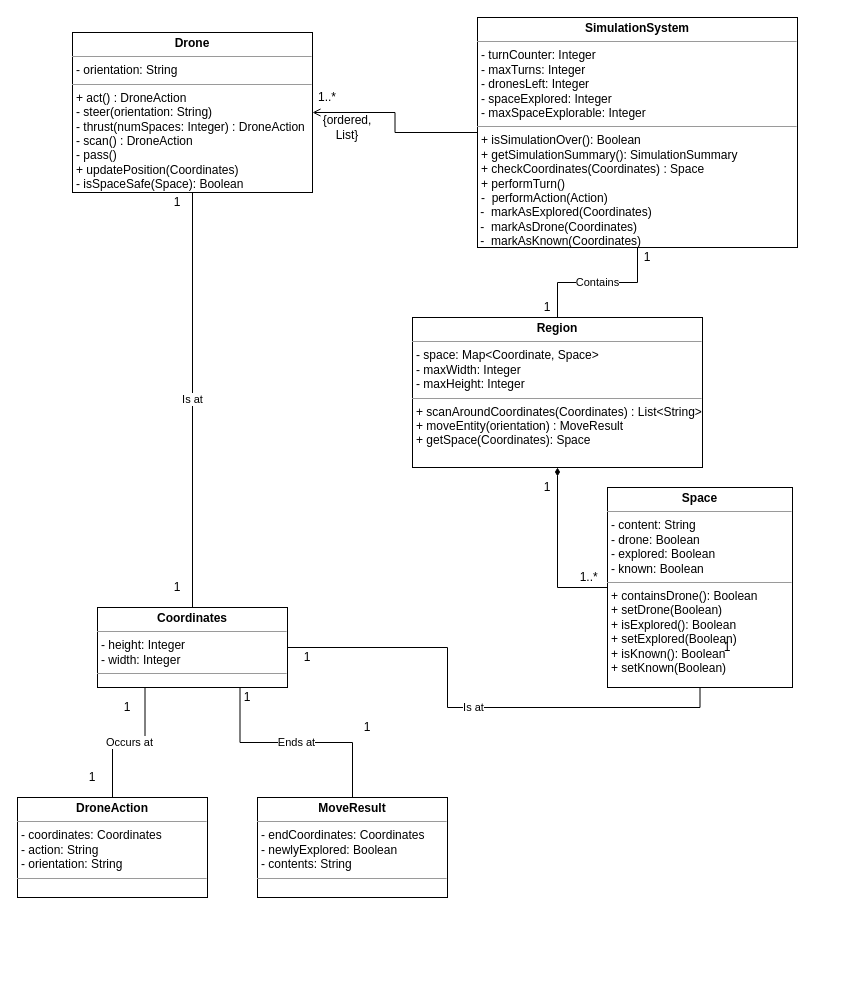
The draw.io diagram Diagrams/UMLDrones.drawio in SuperChalmers/StarSearch, before the edit. Source tidied: cells renumbered, new cells numbered last; positions are measured from the earlier drawing's top-left corner, leaving out a move shared by most shapes. Both pictures are drawn from the tidied source at 100%, with x=0, y=0 at pixel (17, 17).
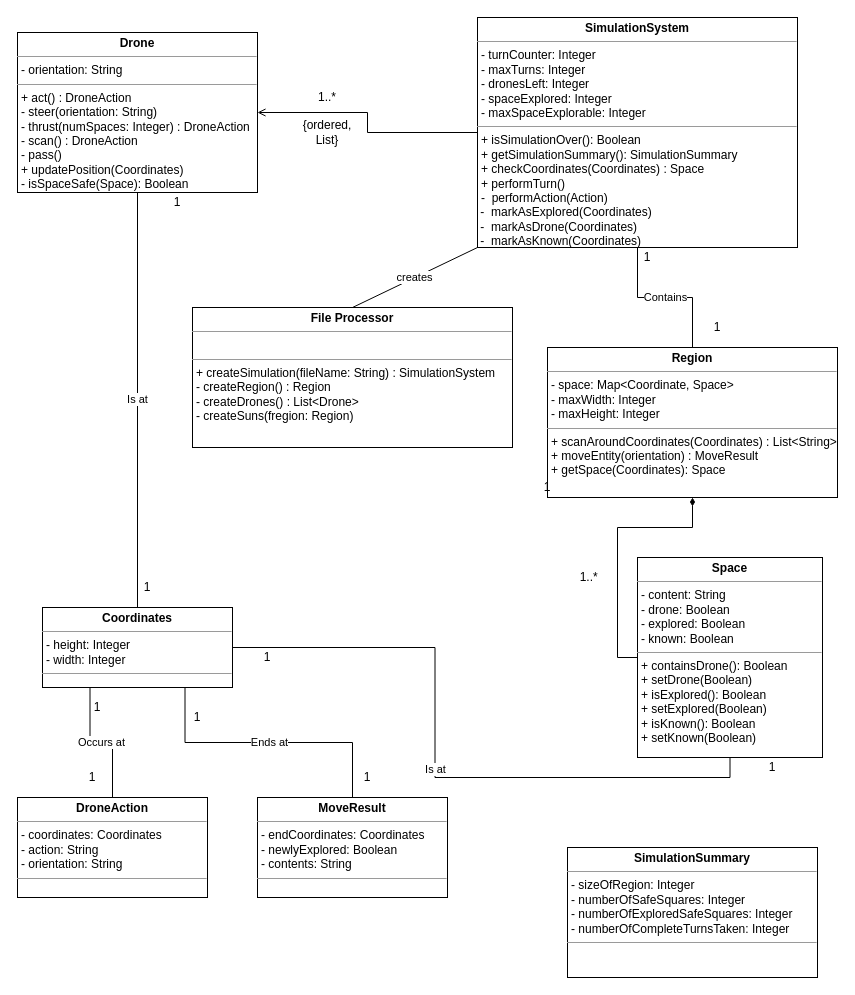
The same page after the edit.

Unchanged cells that the change refers to:
```xml
<mxCell id="3" value="&lt;p style=&quot;margin: 0px ; margin-top: 4px ; text-align: center&quot;&gt;&lt;b&gt;SimulationSystem&lt;/b&gt;&lt;/p&gt;&lt;hr size=&quot;1&quot;&gt;&lt;p style=&quot;margin: 0px ; margin-left: 4px&quot;&gt;- turnCounter: Integer&lt;/p&gt;&lt;p style=&quot;margin: 0px ; margin-left: 4px&quot;&gt;- maxTurns: Integer&lt;br&gt;&lt;/p&gt;&lt;p style=&quot;margin: 0px ; margin-left: 4px&quot;&gt;- dronesLeft: Integer&lt;/p&gt;&lt;p style=&quot;margin: 0px ; margin-left: 4px&quot;&gt;- spaceExplored: Integer&lt;/p&gt;&lt;p style=&quot;margin: 0px ; margin-left: 4px&quot;&gt;- maxSpaceExplorable: Integer&lt;/p&gt;&lt;hr size=&quot;1&quot;&gt;&lt;p style=&quot;margin: 0px ; margin-left: 4px&quot;&gt;+ isSimulationOver(): Boolean&lt;/p&gt;&lt;p style=&quot;margin: 0px ; margin-left: 4px&quot;&gt;+ getSimulationSummary(): SimulationSummary&lt;/p&gt;&lt;p style=&quot;margin: 0px ; margin-left: 4px&quot;&gt;+ checkCoordinates(Coordinates) : Space&lt;/p&gt;&lt;p style=&quot;margin: 0px ; margin-left: 4px&quot;&gt;+ performTurn()&lt;/p&gt;&lt;p style=&quot;margin: 0px ; margin-left: 4px&quot;&gt;&lt;span&gt;-&amp;nbsp; performAction(Action)&lt;/span&gt;&lt;span&gt;&amp;nbsp;&lt;/span&gt;&lt;/p&gt;&amp;nbsp;-&amp;nbsp; markAsExplored(Coordinates)&lt;br&gt;&amp;nbsp;-&amp;nbsp; markAsDrone(Coordinates)&lt;br&gt;&amp;nbsp;-&amp;nbsp; markAsKnown(Coordinates)&lt;br&gt;&lt;p style=&quot;margin: 0px ; margin-left: 4px&quot;&gt;&lt;span&gt;&lt;br&gt;&lt;/span&gt;&lt;/p&gt;&lt;p style=&quot;margin: 0px 0px 0px 4px&quot;&gt;&lt;br&gt;&lt;/p&gt;" style="verticalAlign=top;align=left;overflow=fill;fontSize=12;fontFamily=Helvetica;html=1;rounded=0;shadow=0;comic=0;labelBackgroundColor=none;strokeWidth=1;" parent="1" vertex="1">
  <mxGeometry x="460" width="320" height="230" as="geometry" />
</mxCell>
```

Change to the diagram source:
```diff
@@
     <mxCell id="5" value="&lt;p style=&quot;margin: 0px ; margin-top: 4px ; text-align: center&quot;&gt;&lt;b&gt;Drone&lt;/b&gt;&lt;/p&gt;&lt;hr size=&quot;1&quot;&gt;&lt;p style=&quot;margin: 0px ; margin-left: 4px&quot;&gt;- orientation: String&lt;/p&gt;&lt;hr size=&quot;1&quot;&gt;&lt;p style=&quot;margin: 0px ; margin-left: 4px&quot;&gt;+ act() : DroneAction&lt;/p&gt;&lt;p style=&quot;margin: 0px ; margin-left: 4px&quot;&gt;- steer(orientation: String)&lt;/p&gt;&lt;p style=&quot;margin: 0px ; margin-left: 4px&quot;&gt;- thrust(numSpaces: Integer) : DroneAction&lt;/p&gt;&lt;p style=&quot;margin: 0px ; margin-left: 4px&quot;&gt;- scan() : DroneAction&lt;/p&gt;&lt;p style=&quot;margin: 0px ; margin-left: 4px&quot;&gt;- pass()&lt;/p&gt;&lt;p style=&quot;margin: 0px ; margin-left: 4px&quot;&gt;+ updatePosition(Coordinates)&lt;/p&gt;&lt;p style=&quot;margin: 0px ; margin-left: 4px&quot;&gt;- isSpaceSafe(Space): Boolean&lt;/p&gt;" style="verticalAlign=top;align=left;overflow=fill;fontSize=12;fontFamily=Helvetica;html=1;rounded=0;shadow=0;comic=0;labelBackgroundColor=none;strokeWidth=1;" parent="1" vertex="1">
-      <mxGeometry x="55" y="15" width="240" height="160" as="geometry" />
+      <mxGeometry y="15" width="240" height="160" as="geometry" />
     </mxCell>
     <mxCell id="6" value="&lt;p style=&quot;margin: 0px ; margin-top: 4px ; text-align: center&quot;&gt;&lt;b&gt;Region&lt;/b&gt;&lt;/p&gt;&lt;hr size=&quot;1&quot;&gt;&lt;p style=&quot;margin: 0px ; margin-left: 4px&quot;&gt;- space: Map&amp;lt;Coordinate, Space&amp;gt;&lt;/p&gt;&lt;p style=&quot;margin: 0px ; margin-left: 4px&quot;&gt;- maxWidth: Integer&lt;/p&gt;&lt;p style=&quot;margin: 0px ; margin-left: 4px&quot;&gt;- maxHeight: Integer&lt;/p&gt;&lt;hr size=&quot;1&quot;&gt;&lt;p style=&quot;margin: 0px ; margin-left: 4px&quot;&gt;+ scanAroundCoordinates(Coordinates) : List&amp;lt;String&amp;gt;&lt;/p&gt;&lt;p style=&quot;margin: 0px ; margin-left: 4px&quot;&gt;+ moveEntity(orientation) : MoveResult&lt;/p&gt;&lt;p style=&quot;margin: 0px ; margin-left: 4px&quot;&gt;+ getSpace(Coordinates): Space&lt;/p&gt;" style="verticalAlign=top;align=left;overflow=fill;fontSize=12;fontFamily=Helvetica;html=1;rounded=0;shadow=0;comic=0;labelBackgroundColor=none;strokeWidth=1;" parent="1" vertex="1">
-      <mxGeometry x="395" y="300" width="290" height="150" as="geometry" />
+      <mxGeometry x="530" y="330" width="290" height="150" as="geometry" />
     </mxCell>
@@
     <mxCell id="8" value="&lt;p style=&quot;margin: 0px ; margin-top: 4px ; text-align: center&quot;&gt;&lt;b&gt;Space&lt;/b&gt;&lt;/p&gt;&lt;hr size=&quot;1&quot;&gt;&lt;p style=&quot;margin: 0px ; margin-left: 4px&quot;&gt;- content: String&lt;/p&gt;&lt;p style=&quot;margin: 0px ; margin-left: 4px&quot;&gt;- drone: Boolean&lt;/p&gt;&lt;p style=&quot;margin: 0px ; margin-left: 4px&quot;&gt;- explored: Boolean&lt;/p&gt;&lt;p style=&quot;margin: 0px ; margin-left: 4px&quot;&gt;- known: Boolean&lt;/p&gt;&lt;hr size=&quot;1&quot;&gt;&lt;p style=&quot;margin: 0px ; margin-left: 4px&quot;&gt;&lt;span&gt;+ containsDrone(): Boolean&lt;/span&gt;&lt;br&gt;&lt;/p&gt;&lt;p style=&quot;margin: 0px ; margin-left: 4px&quot;&gt;+ setDrone(Boolean)&lt;/p&gt;&lt;p style=&quot;margin: 0px ; margin-left: 4px&quot;&gt;+ isExplored(): Boolean&lt;/p&gt;&lt;p style=&quot;margin: 0px ; margin-left: 4px&quot;&gt;+ setExplored(Boolean)&lt;/p&gt;&lt;p style=&quot;margin: 0px ; margin-left: 4px&quot;&gt;+ isKnown(): Boolean&lt;/p&gt;&lt;p style=&quot;margin: 0px ; margin-left: 4px&quot;&gt;+ setKnown(Boolean)&lt;/p&gt;" style="verticalAlign=top;align=left;overflow=fill;fontSize=12;fontFamily=Helvetica;html=1;rounded=0;shadow=0;comic=0;labelBackgroundColor=none;strokeWidth=1;" parent="1" vertex="1">
-      <mxGeometry x="590" y="470" width="185" height="200" as="geometry" />
+      <mxGeometry x="620" y="540" width="185" height="200" as="geometry" />
     </mxCell>
@@
     <mxCell id="12" value="&lt;p style=&quot;margin: 0px ; margin-top: 4px ; text-align: center&quot;&gt;&lt;b&gt;Coordinates&lt;/b&gt;&lt;/p&gt;&lt;hr size=&quot;1&quot;&gt;&lt;p style=&quot;margin: 0px ; margin-left: 4px&quot;&gt;- height: Integer&lt;/p&gt;&lt;p style=&quot;margin: 0px ; margin-left: 4px&quot;&gt;- width: Integer&lt;/p&gt;&lt;hr size=&quot;1&quot;&gt;&lt;p style=&quot;margin: 0px ; margin-left: 4px&quot;&gt;&lt;br&gt;&lt;/p&gt;" style="verticalAlign=top;align=left;overflow=fill;fontSize=12;fontFamily=Helvetica;html=1;rounded=0;shadow=0;comic=0;labelBackgroundColor=none;strokeWidth=1;" parent="1" vertex="1">
-      <mxGeometry x="80" y="590" width="190" height="80" as="geometry" />
+      <mxGeometry x="25" y="590" width="190" height="80" as="geometry" />
     </mxCell>
@@
     <mxCell id="17" value="1" style="text;html=1;strokeColor=none;fillColor=none;align=center;verticalAlign=middle;whiteSpace=wrap;rounded=0;" parent="1" vertex="1">
-      <mxGeometry x="270" y="630" width="40" height="20" as="geometry" />
+      <mxGeometry x="230" y="630" width="40" height="20" as="geometry" />
     </mxCell>
     <mxCell id="18" value="1" style="text;html=1;strokeColor=none;fillColor=none;align=center;verticalAlign=middle;whiteSpace=wrap;rounded=0;" parent="1" vertex="1">
-      <mxGeometry x="140" y="560" width="40" height="20" as="geometry" />
+      <mxGeometry x="110" y="560" width="40" height="20" as="geometry" />
     </mxCell>
     <mxCell id="19" value="1" style="text;html=1;strokeColor=none;fillColor=none;align=center;verticalAlign=middle;whiteSpace=wrap;rounded=0;" parent="1" vertex="1">
-      <mxGeometry x="690" y="620" width="40" height="20" as="geometry" />
+      <mxGeometry x="735" y="740" width="40" height="20" as="geometry" />
     </mxCell>
@@
     <mxCell id="24" value="1" style="text;html=1;strokeColor=none;fillColor=none;align=center;verticalAlign=middle;whiteSpace=wrap;rounded=0;" parent="1" vertex="1">
-      <mxGeometry x="510" y="280" width="40" height="20" as="geometry" />
+      <mxGeometry x="680" y="300" width="40" height="20" as="geometry" />
     </mxCell>
     <mxCell id="25" value="1" style="text;html=1;strokeColor=none;fillColor=none;align=center;verticalAlign=middle;whiteSpace=wrap;rounded=0;" parent="1" vertex="1">
-      <mxGeometry x="90" y="680" width="40" height="20" as="geometry" />
+      <mxGeometry x="60" y="680" width="40" height="20" as="geometry" />
     </mxCell>
@@
     <mxCell id="27" value="1" style="text;html=1;strokeColor=none;fillColor=none;align=center;verticalAlign=middle;whiteSpace=wrap;rounded=0;" parent="1" vertex="1">
-      <mxGeometry x="210" y="670" width="40" height="20" as="geometry" />
+      <mxGeometry x="160" y="690" width="40" height="20" as="geometry" />
     </mxCell>
     <mxCell id="28" value="1" style="text;html=1;strokeColor=none;fillColor=none;align=center;verticalAlign=middle;whiteSpace=wrap;rounded=0;" parent="1" vertex="1">
-      <mxGeometry x="330" y="700" width="40" height="20" as="geometry" />
+      <mxGeometry x="330" y="750" width="40" height="20" as="geometry" />
     </mxCell>
     <mxCell id="29" value="{ordered, List}" style="text;html=1;strokeColor=none;fillColor=none;align=center;verticalAlign=middle;whiteSpace=wrap;rounded=0;" parent="1" vertex="1">
-      <mxGeometry x="310" y="100" width="40" height="20" as="geometry" />
+      <mxGeometry x="290" y="105" width="40" height="20" as="geometry" />
     </mxCell>
+    <mxCell id="30" value="&lt;p style=&quot;margin: 0px ; margin-top: 4px ; text-align: center&quot;&gt;&lt;b&gt;File Processor&lt;/b&gt;&lt;/p&gt;&lt;hr size=&quot;1&quot;&gt;&lt;p style=&quot;margin: 0px ; margin-left: 4px&quot;&gt;&lt;br&gt;&lt;/p&gt;&lt;hr size=&quot;1&quot;&gt;&lt;p style=&quot;margin: 0px 0px 0px 4px&quot;&gt;+ createSimulation(fileName: String) : SimulationSystem&lt;/p&gt;&lt;p style=&quot;margin: 0px 0px 0px 4px&quot;&gt;- createRegion() : Region&lt;/p&gt;&lt;p style=&quot;margin: 0px 0px 0px 4px&quot;&gt;- createDrones() : List&amp;lt;Drone&amp;gt;&lt;/p&gt;&lt;p style=&quot;margin: 0px 0px 0px 4px&quot;&gt;- createSuns(fregion: Region)&lt;/p&gt;&lt;p style=&quot;margin: 0px 0px 0px 4px&quot;&gt;&lt;br&gt;&lt;/p&gt;" style="verticalAlign=top;align=left;overflow=fill;fontSize=12;fontFamily=Helvetica;html=1;rounded=0;shadow=0;comic=0;labelBackgroundColor=none;strokeWidth=1;" parent="1" vertex="1">
+      <mxGeometry x="175" y="290" width="320" height="140" as="geometry" />
+    </mxCell>
+    <mxCell id="31" value="&lt;p style=&quot;margin: 0px ; margin-top: 4px ; text-align: center&quot;&gt;&lt;b&gt;SimulationSummary&lt;/b&gt;&lt;/p&gt;&lt;hr size=&quot;1&quot;&gt;&lt;p style=&quot;margin: 0px 0px 0px 4px&quot;&gt;- sizeOfRegion: Integer&lt;/p&gt;&lt;p style=&quot;margin: 0px 0px 0px 4px&quot;&gt;- numberOfSafeSquares: Integer&lt;/p&gt;&lt;p style=&quot;margin: 0px 0px 0px 4px&quot;&gt;- numberOfExploredSafeSquares: Integer&lt;/p&gt;&lt;p style=&quot;margin: 0px 0px 0px 4px&quot;&gt;- numberOfCompleteTurnsTaken: Integer&lt;/p&gt;&lt;hr size=&quot;1&quot;&gt;&lt;p style=&quot;margin: 0px ; margin-left: 4px&quot;&gt;&lt;br&gt;&lt;/p&gt;" style="verticalAlign=top;align=left;overflow=fill;fontSize=12;fontFamily=Helvetica;html=1;rounded=0;shadow=0;comic=0;labelBackgroundColor=none;strokeWidth=1;" parent="1" vertex="1">
+      <mxGeometry x="550" y="830" width="250" height="130" as="geometry" />
+    </mxCell>
+    <mxCell id="32" value="creates" style="endArrow=none;html=1;exitX=0.5;exitY=0;exitDx=0;exitDy=0;entryX=0;entryY=1;entryDx=0;entryDy=0;" parent="1" edge="1" source="30" target="3">
+      <mxGeometry relative="1" as="geometry" />
+    </mxCell>
```
